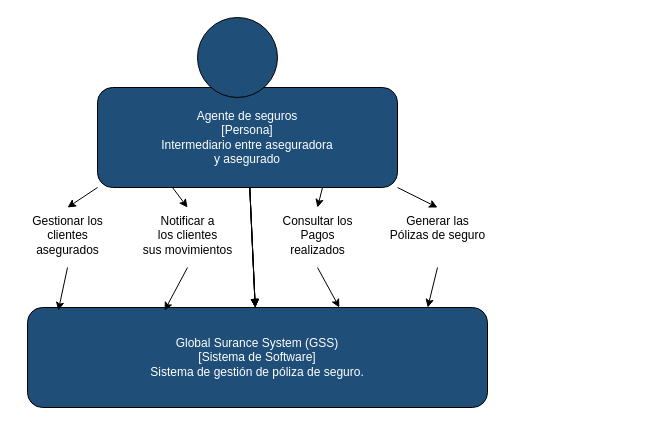
The draw.io diagram docs/01sistema.drawio in AngelJanvier01/docker-microservicios, before the edit. Source tidied: cells renumbered, new cells numbered last; positions are measured from the earlier drawing's top-left corner, leaving out a move shared by most shapes. Both pictures are drawn from the tidied source at 100%, with x=0, y=0 at pixel (17, 17).
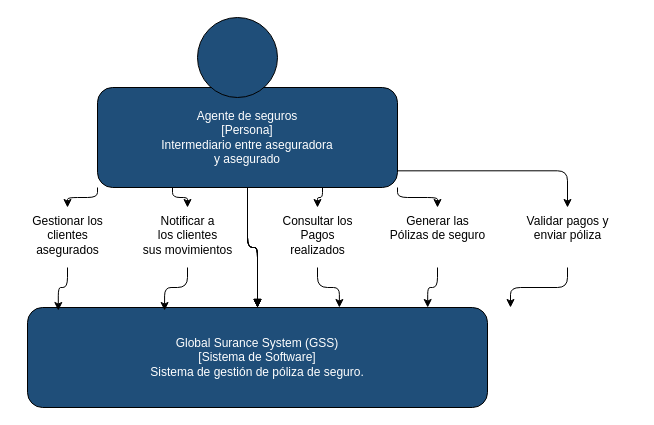
Above is the later version.

The change refers to these unchanged cells:
```xml
<mxCell id="12" value="Gestionar los&#10;clientes&#10;asegurados" style="text;html=1;strokeColor=none;fillColor=none;align=center;" parent="1" vertex="1">
  <mxGeometry y="190" width="100" height="60" as="geometry" />
</mxCell>
<mxCell id="13" value="Notificar a&#10;los clientes&#10;sus movimientos" style="text;html=1;strokeColor=none;fillColor=none;align=center;" parent="1" vertex="1">
  <mxGeometry x="110" y="190" width="120" height="60" as="geometry" />
</mxCell>
<mxCell id="14" value="Consultar los&#10;Pagos&#10;realizados" style="text;html=1;strokeColor=none;fillColor=none;align=center;" parent="1" vertex="1">
  <mxGeometry x="250" y="190" width="100" height="60" as="geometry" />
</mxCell>
<mxCell id="15" value="Generar las&#10;Pólizas de seguro" style="text;html=1;strokeColor=none;fillColor=none;align=center;" parent="1" vertex="1">
  <mxGeometry x="360" y="190" width="120" height="60" as="geometry" />
</mxCell>
```

What changed in the source:
```diff
@@
-    <mxCell id="2" style="edgeStyle=none;html=1;exitX=0;exitY=1;exitDx=0;exitDy=0;entryX=0.5;entryY=0;entryDx=0;entryDy=0;" parent="1" edge="1" source="6" target="12">
+    <mxCell id="2" style="edgeStyle=orthogonalEdgeStyle;rounded=1;html=1;exitX=0;exitY=1;exitDx=0;exitDy=0;entryX=0.5;entryY=0;entryDx=0;entryDy=0;" parent="1" edge="1" source="19" target="12">
       <mxGeometry relative="1" as="geometry" />
     </mxCell>
+    <mxCell id="17" style="edgeStyle=orthogonalEdgeStyle;rounded=1;html=1;exitX=0.25;exitY=1;exitDx=0;exitDy=0;entryX=0.5;entryY=0;entryDx=0;entryDy=0;" parent="1" edge="1" source="19" target="13">
+      <mxGeometry relative="1" as="geometry" />
+    </mxCell>
-    <mxCell id="3" style="edgeStyle=none;html=1;exitX=0.25;exitY=1;exitDx=0;exitDy=0;entryX=0.5;entryY=0;entryDx=0;entryDy=0;" parent="1" edge="1" source="6" target="13">
+    <mxCell id="3" style="edgeStyle=orthogonalEdgeStyle;rounded=1;html=1;exitX=0.75;exitY=1;exitDx=0;exitDy=0;entryX=0.5;entryY=0;entryDx=0;entryDy=0;" parent="1" edge="1" source="19" target="14">
       <mxGeometry relative="1" as="geometry" />
     </mxCell>
+    <mxCell id="18" style="edgeStyle=orthogonalEdgeStyle;rounded=1;html=1;exitX=1;exitY=1;exitDx=0;exitDy=0;entryX=0.5;entryY=0;entryDx=0;entryDy=0;" parent="1" edge="1" source="19" target="15">
+      <mxGeometry relative="1" as="geometry" />
+    </mxCell>
-    <mxCell id="4" style="edgeStyle=none;html=1;exitX=0.75;exitY=1;exitDx=0;exitDy=0;entryX=0.5;entryY=0;entryDx=0;entryDy=0;" parent="1" edge="1" source="6" target="14">
+    <mxCell id="4" style="edgeStyle=orthogonalEdgeStyle;rounded=1;html=1;exitX=1.25;exitY=1;exitDx=0;exitDy=0;entryX=0.5;entryY=0;entryDx=0;entryDy=0;" parent="1" edge="1" source="19" target="24">
       <mxGeometry relative="1" as="geometry" />
     </mxCell>
+    <mxCell id="19" value="Agente de seguros&#10;[Persona]&#10;Intermediario entre aseguradora&#10;y asegurado" style="rounded=1;whiteSpace=wrap;html=1;fillColor=#1F4E79;fontColor=#FFFFFF;" parent="1" vertex="1">
+      <mxGeometry x="80" y="70" width="300" height="100" as="geometry" />
+    </mxCell>
-    <mxCell id="5" style="edgeStyle=none;html=1;exitX=1;exitY=1;exitDx=0;exitDy=0;entryX=0.5;entryY=0;entryDx=0;entryDy=0;" parent="1" edge="1" source="6" target="15">
-      <mxGeometry relative="1" as="geometry" />
+    <mxCell id="5" value="Global Surance System (GSS)&#10;[Sistema de Software]&#10;Sistema de gestión de póliza de seguro." style="rounded=1;whiteSpace=wrap;html=1;fillColor=#1F4E79;fontColor=#FFFFFF;" parent="1" vertex="1">
+      <mxGeometry x="10" y="290" width="460" height="100" as="geometry" />
     </mxCell>
-    <mxCell id="6" value="Agente de seguros&#10;[Persona]&#10;Intermediario entre aseguradora&#10;y asegurado" style="rounded=1;whiteSpace=wrap;html=1;fillColor=#1F4E79;fontColor=#FFFFFF;" parent="1" vertex="1">
-      <mxGeometry x="80" y="70" width="300" height="100" as="geometry" />
-    </mxCell>
-    <mxCell id="7" value="Global Surance System (GSS)&#10;[Sistema de Software]&#10;Sistema de gestión de póliza de seguro." style="rounded=1;whiteSpace=wrap;html=1;fillColor=#1F4E79;fontColor=#FFFFFF;" parent="1" vertex="1">
-      <mxGeometry x="10" y="290" width="460" height="100" as="geometry" />
-    </mxCell>
-    <mxCell id="8" style="endArrow=block;html=1;" parent="1" edge="1" source="6" target="7">
-      <mxGeometry relative="1" as="geometry" />
-    </mxCell>
-    <mxCell id="9" style="endArrow=block;html=1;" parent="1" edge="1" source="6" target="7">
-      <mxGeometry relative="1" as="geometry" />
-    </mxCell>
-    <mxCell id="10" style="endArrow=block;html=1;" parent="1" edge="1" source="6" target="7">
-      <mxGeometry relative="1" as="geometry" />
-    </mxCell>
-    <mxCell id="11" style="endArrow=block;html=1;" parent="1" edge="1" source="6" target="7">
-      <mxGeometry relative="1" as="geometry" />
-    </mxCell>
+    <mxCell id="20" style="edgeStyle=orthogonalEdgeStyle;rounded=1;html=1;endArrow=block;" parent="1" edge="1" source="19" target="5">
+      <mxGeometry relative="1" as="geometry" />
+    </mxCell>
+    <mxCell id="21" style="edgeStyle=orthogonalEdgeStyle;rounded=1;html=1;endArrow=block;" parent="1" edge="1" source="19" target="5">
+      <mxGeometry relative="1" as="geometry" />
+    </mxCell>
+    <mxCell id="22" style="edgeStyle=orthogonalEdgeStyle;rounded=1;html=1;endArrow=block;" parent="1" edge="1" source="19" target="5">
+      <mxGeometry relative="1" as="geometry" />
+    </mxCell>
+    <mxCell id="23" style="edgeStyle=orthogonalEdgeStyle;rounded=1;html=1;endArrow=block;" parent="1" edge="1" source="19" target="5">
+      <mxGeometry relative="1" as="geometry" />
+    </mxCell>
@@
+    <mxCell id="24" value="Validar pagos y&#10;enviar póliza" style="text;html=1;strokeColor=none;fillColor=none;align=center;" parent="1" vertex="1">
+      <mxGeometry x="480" y="190" width="140" height="60" as="geometry" />
+    </mxCell>
@@
-    <mxCell id="17" style="edgeStyle=none;html=1;exitX=0.5;exitY=1;exitDx=0;exitDy=0;entryX=0.067;entryY=0.03;entryDx=0;entryDy=0;entryPerimeter=0;" parent="1" edge="1" source="12" target="7">
-      <mxGeometry relative="1" as="geometry" />
-    </mxCell>
-    <mxCell id="18" style="edgeStyle=none;html=1;exitX=0.5;exitY=1;exitDx=0;exitDy=0;entryX=0.298;entryY=0.03;entryDx=0;entryDy=0;entryPerimeter=0;" parent="1" edge="1" source="13" target="7">
-      <mxGeometry relative="1" as="geometry" />
-    </mxCell>
-    <mxCell id="19" style="edgeStyle=none;html=1;exitX=0.5;exitY=1;exitDx=0;exitDy=0;entryX=0.678;entryY=0;entryDx=0;entryDy=0;entryPerimeter=0;" parent="1" edge="1" source="14" target="7">
-      <mxGeometry relative="1" as="geometry" />
-    </mxCell>
-    <mxCell id="20" style="edgeStyle=none;html=1;exitX=0.5;exitY=1;exitDx=0;exitDy=0;entryX=0.87;entryY=0;entryDx=0;entryDy=0;entryPerimeter=0;" parent="1" edge="1" source="15" target="7">
-      <mxGeometry relative="1" as="geometry" />
-    </mxCell>
+    <mxCell id="25" style="edgeStyle=orthogonalEdgeStyle;rounded=1;html=1;exitX=0.5;exitY=1;exitDx=0;exitDy=0;entryX=0.067;entryY=0.03;entryDx=0;entryDy=0;entryPerimeter=0;" parent="1" edge="1" source="12" target="5">
+      <mxGeometry relative="1" as="geometry" />
+    </mxCell>
+    <mxCell id="26" style="edgeStyle=orthogonalEdgeStyle;rounded=1;html=1;exitX=0.5;exitY=1;exitDx=0;exitDy=0;entryX=0.298;entryY=0.03;entryDx=0;entryDy=0;entryPerimeter=0;" parent="1" edge="1" source="13" target="5">
+      <mxGeometry relative="1" as="geometry" />
+    </mxCell>
+    <mxCell id="27" style="edgeStyle=orthogonalEdgeStyle;rounded=1;html=1;exitX=0.5;exitY=1;exitDx=0;exitDy=0;entryX=0.678;entryY=0;entryDx=0;entryDy=0;entryPerimeter=0;" parent="1" edge="1" source="14" target="5">
+      <mxGeometry relative="1" as="geometry" />
+    </mxCell>
+    <mxCell id="28" style="edgeStyle=orthogonalEdgeStyle;rounded=1;html=1;exitX=0.5;exitY=1;exitDx=0;exitDy=0;entryX=0.87;entryY=0;entryDx=0;entryDy=0;entryPerimeter=0;" parent="1" edge="1" source="15" target="5">
+      <mxGeometry relative="1" as="geometry" />
+    </mxCell>
+    <mxCell id="29" style="edgeStyle=orthogonalEdgeStyle;rounded=1;html=1;exitX=0.5;exitY=1;exitDx=0;exitDy=0;entryX=1.05;entryY=0;entryDx=0;entryDy=0;entryPerimeter=0;" parent="1" edge="1" source="24" target="5">
+      <mxGeometry relative="1" as="geometry" />
+    </mxCell>
```
